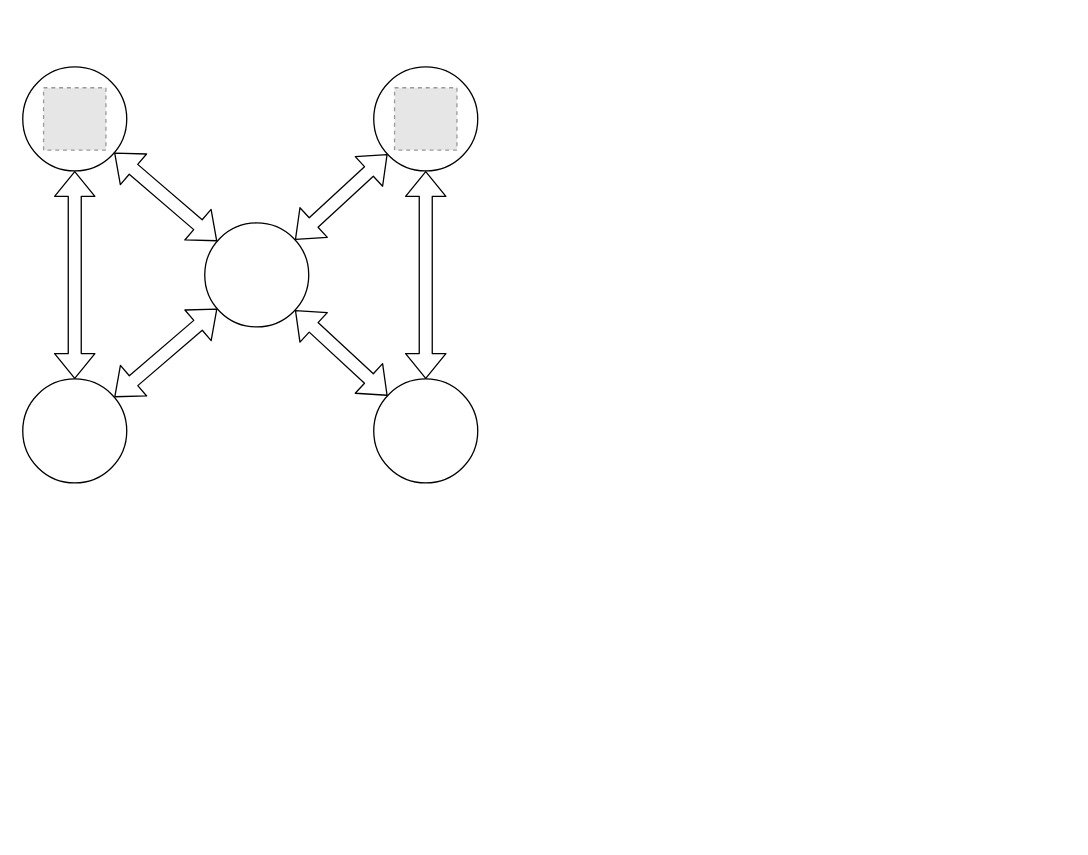
The draw.io diagram presentation_graphs.drawio in YifengWei1999/4YP_diagrams, before the edit. Source tidied: cells renumbered, new cells numbered last; positions are measured from the earlier drawing's top-left corner, leaving out a move shared by most shapes. Both pictures are drawn from the tidied source at 130%, with x=0, y=0 at pixel (22, 66). Pictures stored in the file or linked from it are replaced by grey dashed boxes.
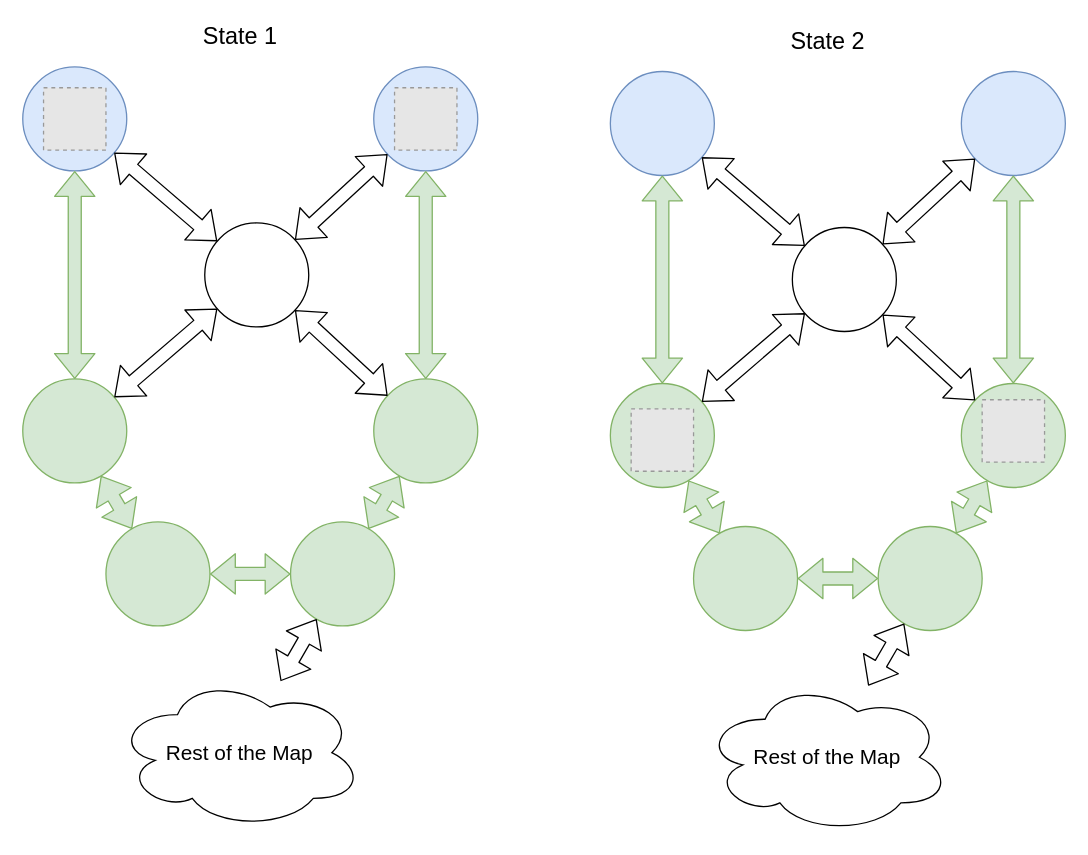
The same page after the edit.

Diff of the diagram source:
```diff
@@
-    <mxCell id="2" style="ellipse;whiteSpace=wrap;html=1;" parent="1" vertex="1">
+    <mxCell id="2" style="ellipse;whiteSpace=wrap;html=1;fillColor=#dae8fc;strokeColor=#6c8ebf;" parent="1" vertex="1">
       <mxGeometry width="80" height="80" as="geometry" />
     </mxCell>
-    <mxCell id="3" style="ellipse;whiteSpace=wrap;html=1;" parent="1" vertex="1">
+    <mxCell id="3" style="ellipse;whiteSpace=wrap;html=1;fillColor=#d5e8d4;strokeColor=#82b366;" parent="1" vertex="1">
       <mxGeometry y="240" width="80" height="80" as="geometry" />
     </mxCell>
-    <mxCell id="4" style="ellipse;whiteSpace=wrap;html=1;" parent="1" vertex="1">
+    <mxCell id="4" style="ellipse;whiteSpace=wrap;html=1;fillColor=#dae8fc;strokeColor=#6c8ebf;" parent="1" vertex="1">
       <mxGeometry x="270" width="80" height="80" as="geometry" />
     </mxCell>
-    <mxCell id="5" style="ellipse;whiteSpace=wrap;html=1;" parent="1" vertex="1">
+    <mxCell id="5" style="ellipse;whiteSpace=wrap;html=1;fillColor=#d5e8d4;strokeColor=#82b366;" parent="1" vertex="1">
       <mxGeometry x="270" y="240" width="80" height="80" as="geometry" />
     </mxCell>
-    <mxCell id="6" style="fillColor=#E6E6E6;strokeColor=#999999;dashed=1;html=1;verticalAlign=top;verticalLabelPosition=bottom;labelBackgroundColor=#ffffff;" parent="1" vertex="1">
-      <mxGeometry x="16" y="16" width="48" height="48" as="geometry" />
-    </mxCell>
@@
-    <mxCell id="13" style="shape=flexArrow;endArrow=classic;startArrow=classic;html=1;" parent="1" edge="1" source="3" target="2">
+    <mxCell id="13" style="shape=flexArrow;endArrow=classic;startArrow=classic;html=1;fillColor=#d5e8d4;strokeColor=#82b366;" parent="1" edge="1" source="3" target="2">
       <mxGeometry relative="1" as="geometry" />
     </mxCell>
-    <mxCell id="14" style="shape=flexArrow;endArrow=classic;startArrow=classic;html=1;" parent="1" edge="1" source="5" target="4">
+    <mxCell id="14" style="shape=flexArrow;endArrow=classic;startArrow=classic;html=1;fillColor=#d5e8d4;strokeColor=#82b366;" parent="1" edge="1" source="5" target="4">
       <mxGeometry relative="1" as="geometry" />
     </mxCell>
+    <mxCell id="6" style="fillColor=#E6E6E6;strokeColor=#999999;dashed=1;html=1;verticalAlign=top;verticalLabelPosition=bottom;labelBackgroundColor=#ffffff;" parent="1" vertex="1">
+      <mxGeometry x="16" y="16" width="48" height="48" as="geometry" />
+    </mxCell>
+    <mxCell id="15" style="ellipse;whiteSpace=wrap;html=1;fillColor=#d5e8d4;strokeColor=#82b366;" parent="1" vertex="1">
+      <mxGeometry x="64" y="350" width="80" height="80" as="geometry" />
+    </mxCell>
+    <mxCell id="16" style="ellipse;whiteSpace=wrap;html=1;fillColor=#d5e8d4;strokeColor=#82b366;" parent="1" vertex="1">
+      <mxGeometry x="206" y="350" width="80" height="80" as="geometry" />
+    </mxCell>
+    <mxCell id="17" style="shape=flexArrow;endArrow=classic;startArrow=classic;html=1;fillColor=#d5e8d4;strokeColor=#82b366;" parent="1" edge="1" source="15" target="3">
+      <mxGeometry relative="1" as="geometry" />
+    </mxCell>
+    <mxCell id="18" style="shape=flexArrow;endArrow=classic;startArrow=classic;html=1;fillColor=#d5e8d4;strokeColor=#82b366;" parent="1" edge="1" source="16" target="5">
+      <mxGeometry relative="1" as="geometry" />
+    </mxCell>
+    <mxCell id="19" style="shape=flexArrow;endArrow=classic;startArrow=classic;html=1;fillColor=#d5e8d4;strokeColor=#82b366;" parent="1" edge="1" source="15" target="16">
+      <mxGeometry relative="1" as="geometry" />
+    </mxCell>
+    <mxCell id="20" value="&lt;span style=&quot;font-size: 18px&quot;&gt;State 1&lt;/span&gt;" style="text;html=1;align=center;verticalAlign=middle;strokeColor=none;" parent="1" vertex="1">
+      <mxGeometry x="133" y="-33" width="67" height="20" as="geometry" />
+    </mxCell>
+    <mxCell id="21" value="&lt;font style=&quot;font-size: 16px&quot;&gt;Rest of the Map&lt;/font&gt;" style="ellipse;shape=cloud;whiteSpace=wrap;html=1;" parent="1" vertex="1">
+      <mxGeometry x="71.5" y="469" width="190" height="117" as="geometry" />
+    </mxCell>
+    <mxCell id="22" style="shape=flexArrow;endArrow=classic;startArrow=classic;html=1;" parent="1" edge="1" source="21" target="16">
+      <mxGeometry relative="1" as="geometry" />
+    </mxCell>
+    <mxCell id="23" style="ellipse;whiteSpace=wrap;html=1;fillColor=#dae8fc;strokeColor=#6c8ebf;" parent="1" vertex="1">
+      <mxGeometry x="452" y="3.5" width="80" height="80" as="geometry" />
+    </mxCell>
+    <mxCell id="24" style="ellipse;whiteSpace=wrap;html=1;fillColor=#d5e8d4;strokeColor=#82b366;" parent="1" vertex="1">
+      <mxGeometry x="452" y="243.5" width="80" height="80" as="geometry" />
+    </mxCell>
+    <mxCell id="25" style="ellipse;whiteSpace=wrap;html=1;fillColor=#dae8fc;strokeColor=#6c8ebf;" parent="1" vertex="1">
+      <mxGeometry x="722" y="3.5" width="80" height="80" as="geometry" />
+    </mxCell>
+    <mxCell id="26" style="ellipse;whiteSpace=wrap;html=1;fillColor=#d5e8d4;strokeColor=#82b366;" parent="1" vertex="1">
+      <mxGeometry x="722" y="243.5" width="80" height="80" as="geometry" />
+    </mxCell>
+    <mxCell id="27" style="fillColor=#E6E6E6;strokeColor=#999999;dashed=1;html=1;verticalAlign=top;verticalLabelPosition=bottom;labelBackgroundColor=#ffffff;" parent="1" vertex="1">
+      <mxGeometry x="468" y="263" width="48" height="48" as="geometry" />
+    </mxCell>
+    <mxCell id="28" style="ellipse;whiteSpace=wrap;html=1;" parent="1" vertex="1">
+      <mxGeometry x="592" y="123.5" width="80" height="80" as="geometry" />
+    </mxCell>
+    <mxCell id="29" style="shape=flexArrow;endArrow=classic;startArrow=classic;html=1;" parent="1" edge="1" source="28" target="25">
+      <mxGeometry relative="1" as="geometry" />
+    </mxCell>
+    <mxCell id="30" style="shape=flexArrow;endArrow=classic;startArrow=classic;html=1;" parent="1" edge="1" source="28" target="26">
+      <mxGeometry relative="1" as="geometry" />
+    </mxCell>
+    <mxCell id="31" style="shape=flexArrow;endArrow=classic;startArrow=classic;html=1;" parent="1" edge="1" source="24" target="28">
+      <mxGeometry relative="1" as="geometry" />
+    </mxCell>
+    <mxCell id="32" style="shape=flexArrow;endArrow=classic;startArrow=classic;html=1;" parent="1" edge="1" source="28" target="23">
+      <mxGeometry relative="1" as="geometry" />
+    </mxCell>
+    <mxCell id="33" style="shape=flexArrow;endArrow=classic;startArrow=classic;html=1;fillColor=#d5e8d4;strokeColor=#82b366;" parent="1" edge="1" source="24" target="23">
+      <mxGeometry relative="1" as="geometry" />
+    </mxCell>
+    <mxCell id="34" style="shape=flexArrow;endArrow=classic;startArrow=classic;html=1;fillColor=#d5e8d4;strokeColor=#82b366;" parent="1" edge="1" source="26" target="25">
+      <mxGeometry relative="1" as="geometry" />
+    </mxCell>
+    <mxCell id="35" style="fillColor=#E6E6E6;strokeColor=#999999;dashed=1;html=1;verticalAlign=top;verticalLabelPosition=bottom;labelBackgroundColor=#ffffff;" parent="1" vertex="1">
+      <mxGeometry x="738" y="256" width="48" height="48" as="geometry" />
+    </mxCell>
+    <mxCell id="36" style="ellipse;whiteSpace=wrap;html=1;fillColor=#d5e8d4;strokeColor=#82b366;" parent="1" vertex="1">
+      <mxGeometry x="516" y="353.5" width="80" height="80" as="geometry" />
+    </mxCell>
+    <mxCell id="37" style="ellipse;whiteSpace=wrap;html=1;fillColor=#d5e8d4;strokeColor=#82b366;" parent="1" vertex="1">
+      <mxGeometry x="658" y="353.5" width="80" height="80" as="geometry" />
+    </mxCell>
+    <mxCell id="38" style="shape=flexArrow;endArrow=classic;startArrow=classic;html=1;fillColor=#d5e8d4;strokeColor=#82b366;" parent="1" edge="1" source="36" target="24">
+      <mxGeometry relative="1" as="geometry" />
+    </mxCell>
+    <mxCell id="39" style="shape=flexArrow;endArrow=classic;startArrow=classic;html=1;fillColor=#d5e8d4;strokeColor=#82b366;" parent="1" edge="1" source="37" target="26">
+      <mxGeometry relative="1" as="geometry" />
+    </mxCell>
+    <mxCell id="40" style="shape=flexArrow;endArrow=classic;startArrow=classic;html=1;fillColor=#d5e8d4;strokeColor=#82b366;" parent="1" edge="1" source="36" target="37">
+      <mxGeometry relative="1" as="geometry" />
+    </mxCell>
+    <mxCell id="41" value="&lt;span style=&quot;font-size: 18px&quot;&gt;State 2&lt;/span&gt;" style="text;html=1;align=center;verticalAlign=middle;strokeColor=none;" parent="1" vertex="1">
+      <mxGeometry x="585" y="-29.5" width="67" height="20" as="geometry" />
+    </mxCell>
+    <mxCell id="42" value="&lt;font style=&quot;font-size: 16px&quot;&gt;Rest of the Map&lt;/font&gt;" style="ellipse;shape=cloud;whiteSpace=wrap;html=1;" parent="1" vertex="1">
+      <mxGeometry x="523.5" y="472.5" width="190" height="117" as="geometry" />
+    </mxCell>
+    <mxCell id="43" style="shape=flexArrow;endArrow=classic;startArrow=classic;html=1;" parent="1" edge="1" source="42" target="37">
+      <mxGeometry relative="1" as="geometry" />
+    </mxCell>
```
